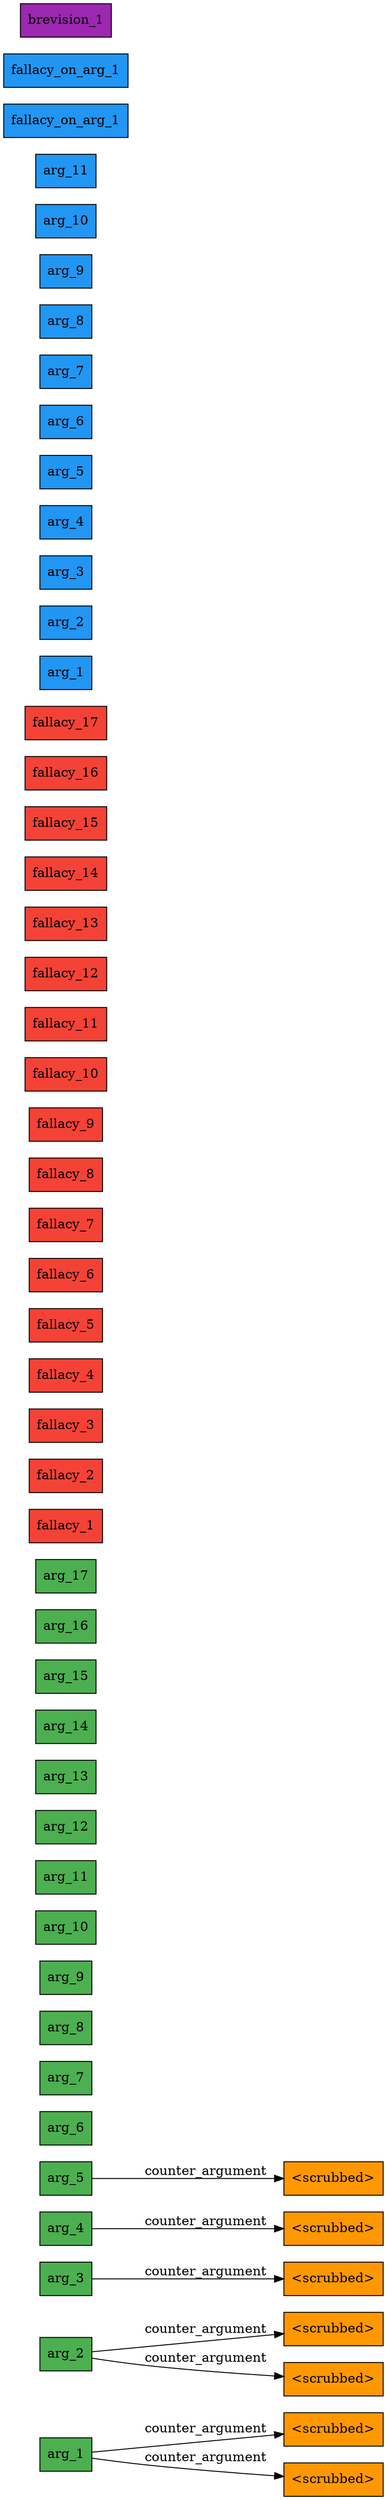
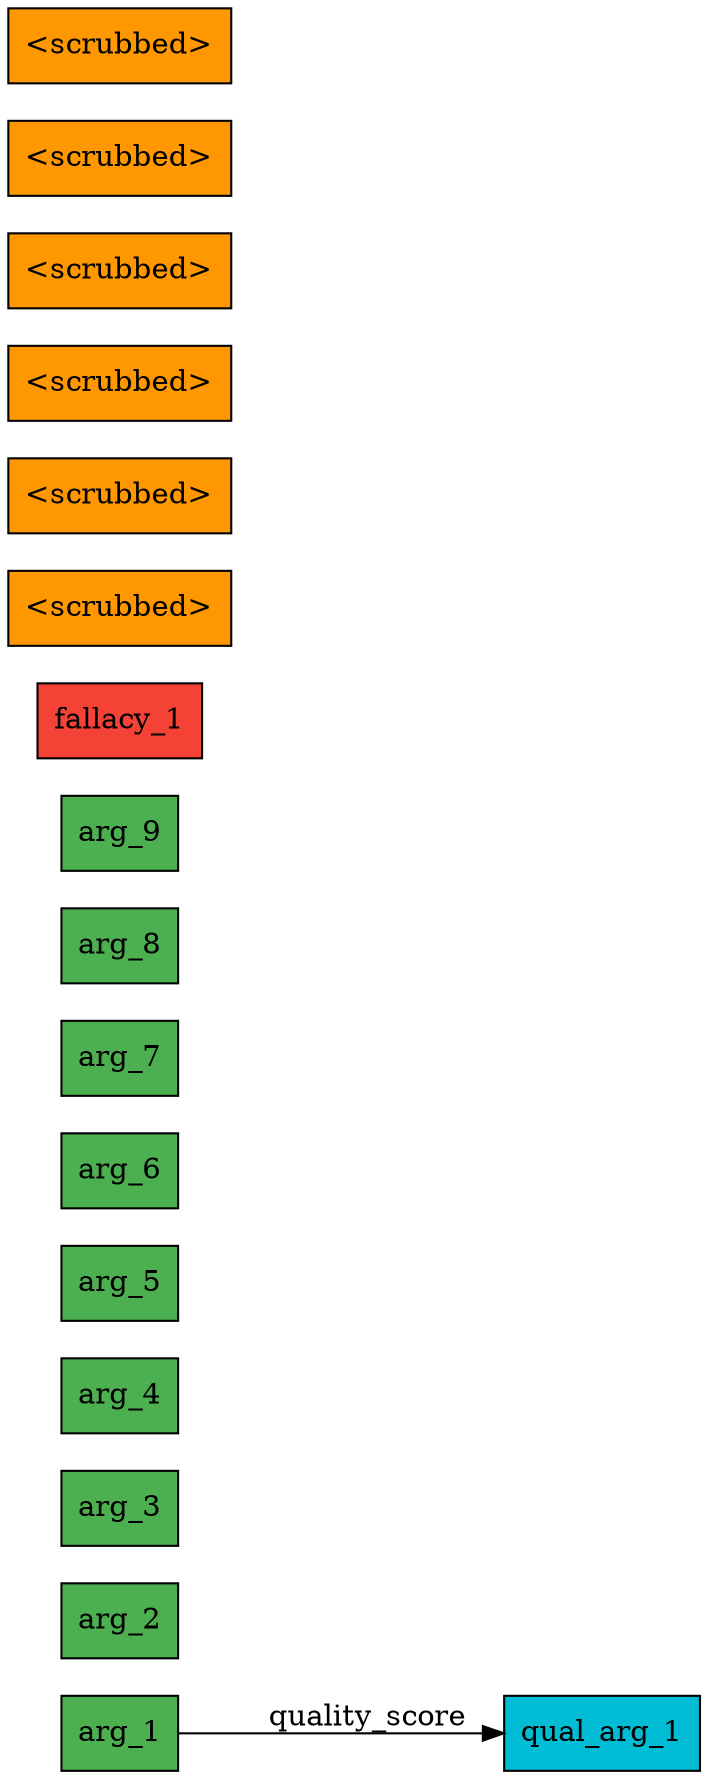
digraph CrossReference {
  rankdir=LR;
  node [shape=box, style=filled];

  arg_1 [label="arg_1", fillcolor="#4CAF50"];
  arg_2 [label="arg_2", fillcolor="#4CAF50"];
  arg_3 [label="arg_3", fillcolor="#4CAF50"];
  arg_4 [label="arg_4", fillcolor="#4CAF50"];
  arg_5 [label="arg_5", fillcolor="#4CAF50"];
  arg_6 [label="arg_6", fillcolor="#4CAF50"];
  arg_7 [label="arg_7", fillcolor="#4CAF50"];
  arg_8 [label="arg_8", fillcolor="#4CAF50"];
  arg_9 [label="arg_9", fillcolor="#4CAF50"];
-   arg_10 [label="arg_10", fillcolor="#4CAF50"];
-   arg_11 [label="arg_11", fillcolor="#4CAF50"];
-   arg_12 [label="arg_12", fillcolor="#4CAF50"];
-   arg_13 [label="arg_13", fillcolor="#4CAF50"];
-   arg_14 [label="arg_14", fillcolor="#4CAF50"];
-   arg_15 [label="arg_15", fillcolor="#4CAF50"];
-   arg_16 [label="arg_16", fillcolor="#4CAF50"];
-   arg_17 [label="arg_17", fillcolor="#4CAF50"];
  fallacy_1 [label="fallacy_1", fillcolor="#F44336"];
-   fallacy_2 [label="fallacy_2", fillcolor="#F44336"];
-   fallacy_3 [label="fallacy_3", fillcolor="#F44336"];
-   fallacy_4 [label="fallacy_4", fillcolor="#F44336"];
-   fallacy_5 [label="fallacy_5", fillcolor="#F44336"];
-   fallacy_6 [label="fallacy_6", fillcolor="#F44336"];
-   fallacy_7 [label="fallacy_7", fillcolor="#F44336"];
-   fallacy_8 [label="fallacy_8", fillcolor="#F44336"];
-   fallacy_9 [label="fallacy_9", fillcolor="#F44336"];
-   fallacy_10 [label="fallacy_10", fillcolor="#F44336"];
-   fallacy_11 [label="fallacy_11", fillcolor="#F44336"];
-   fallacy_12 [label="fallacy_12", fillcolor="#F44336"];
-   fallacy_13 [label="fallacy_13", fillcolor="#F44336"];
-   fallacy_14 [label="fallacy_14", fillcolor="#F44336"];
-   fallacy_15 [label="fallacy_15", fillcolor="#F44336"];
-   fallacy_16 [label="fallacy_16", fillcolor="#F44336"];
-   fallacy_17 [label="fallacy_17", fillcolor="#F44336"];
-   jtms_1 [label="arg_1", fillcolor="#2196F3"];
-   jtms_2 [label="arg_2", fillcolor="#2196F3"];
-   jtms_3 [label="arg_3", fillcolor="#2196F3"];
-   jtms_4 [label="arg_4", fillcolor="#2196F3"];
-   jtms_5 [label="arg_5", fillcolor="#2196F3"];
-   jtms_6 [label="arg_6", fillcolor="#2196F3"];
-   jtms_7 [label="arg_7", fillcolor="#2196F3"];
-   jtms_8 [label="arg_8", fillcolor="#2196F3"];
-   jtms_9 [label="arg_9", fillcolor="#2196F3"];
-   jtms_10 [label="arg_10", fillcolor="#2196F3"];
-   jtms_11 [label="arg_11", fillcolor="#2196F3"];
-   jtms_12 [label="fallacy_on_arg_1", fillcolor="#2196F3"];
-   jtms_13 [label="fallacy_on_arg_1", fillcolor="#2196F3"];
-   brevision_1 [label="brevision_1", fillcolor="#9C27B0"];
  ca_1 [label="<scrubbed>", fillcolor="#FF9800"];
  ca_2 [label="<scrubbed>", fillcolor="#FF9800"];
  ca_3 [label="<scrubbed>", fillcolor="#FF9800"];
  ca_4 [label="<scrubbed>", fillcolor="#FF9800"];
  ca_5 [label="<scrubbed>", fillcolor="#FF9800"];
  ca_6 [label="<scrubbed>", fillcolor="#FF9800"];
-   ca_7 [label="<scrubbed>", fillcolor="#FF9800"];
+   qual_arg_1 [label="qual_arg_1", fillcolor="#00BCD4"];

-   arg_1 -> ca_1 [label="counter_argument"];
-   arg_2 -> ca_2 [label="counter_argument"];
-   arg_3 -> ca_3 [label="counter_argument"];
-   arg_4 -> ca_4 [label="counter_argument"];
-   arg_5 -> ca_5 [label="counter_argument"];
-   arg_1 -> ca_6 [label="counter_argument"];
-   arg_2 -> ca_7 [label="counter_argument"];
+   arg_1 -> qual_arg_1 [label="quality_score"];
}